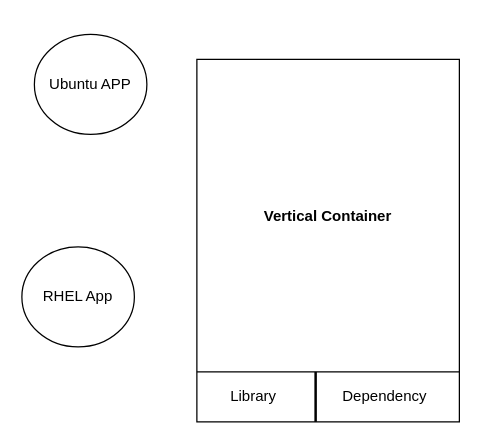
This is Untitled Diagram.drawio from venkatbalaji87/devopsdiagramsvenkat, a draw.io file, before an edit. Source tidied: cells renumbered, new cells numbered last; positions are measured from the earlier drawing's top-left corner, leaving out a move shared by most shapes. Both pictures are drawn from the tidied source at 125%, with x=0, y=0 at pixel (21, 34).
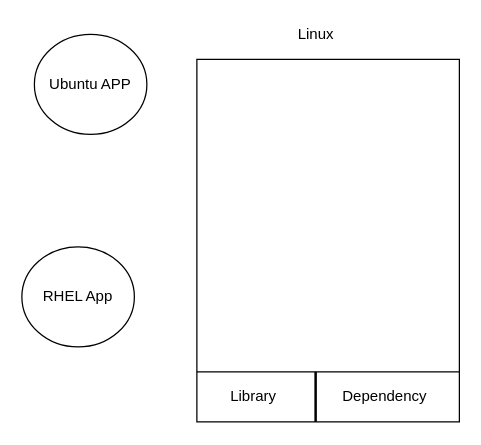
The same page after the edit.

Commit message:
Basic Docker diagram

What changed in the source:
```diff
@@
 <mxGraphModel>
   <root>
     <mxCell id="0" />
     <mxCell id="1" parent="0" />
-    <mxCell id="2" value="Vertical Container" style="swimlane;startSize=250;" parent="1" vertex="1">
+    <mxCell id="2" style="swimlane;startSize=250;" parent="1" vertex="1">
       <mxGeometry x="140" y="20" width="210" height="290" as="geometry" />
     </mxCell>
     <mxCell id="3" value="Library" style="text;html=1;align=center;verticalAlign=middle;strokeColor=none;" parent="2" vertex="1">
       <mxGeometry x="20" y="260" width="50" height="20" as="geometry" />
     </mxCell>
     <mxCell id="4" value="Dependency" style="text;html=1;align=center;verticalAlign=middle;strokeColor=none;" parent="2" vertex="1">
       <mxGeometry x="110" y="260" width="80" height="20" as="geometry" />
     </mxCell>
     <mxCell id="5" style="line;strokeWidth=2;direction=south;html=1;" parent="1" vertex="1">
       <mxGeometry x="230" y="270" width="10" height="40" as="geometry" />
     </mxCell>
     <mxCell id="6" value="Ubuntu APP" style="ellipse;whiteSpace=wrap;html=1;" parent="1" vertex="1">
       <mxGeometry x="10" width="90" height="80" as="geometry" />
     </mxCell>
     <mxCell id="7" value="RHEL App" style="ellipse;whiteSpace=wrap;html=1;" parent="1" vertex="1">
       <mxGeometry y="170" width="90" height="80" as="geometry" />
     </mxCell>
+    <mxCell id="8" value="Linux&lt;br&gt;" style="text;html=1;align=center;verticalAlign=middle;strokeColor=none;" parent="1" vertex="1">
+      <mxGeometry x="215" y="-10" width="40" height="20" as="geometry" />
+    </mxCell>
   </root>
 </mxGraphModel>
```
